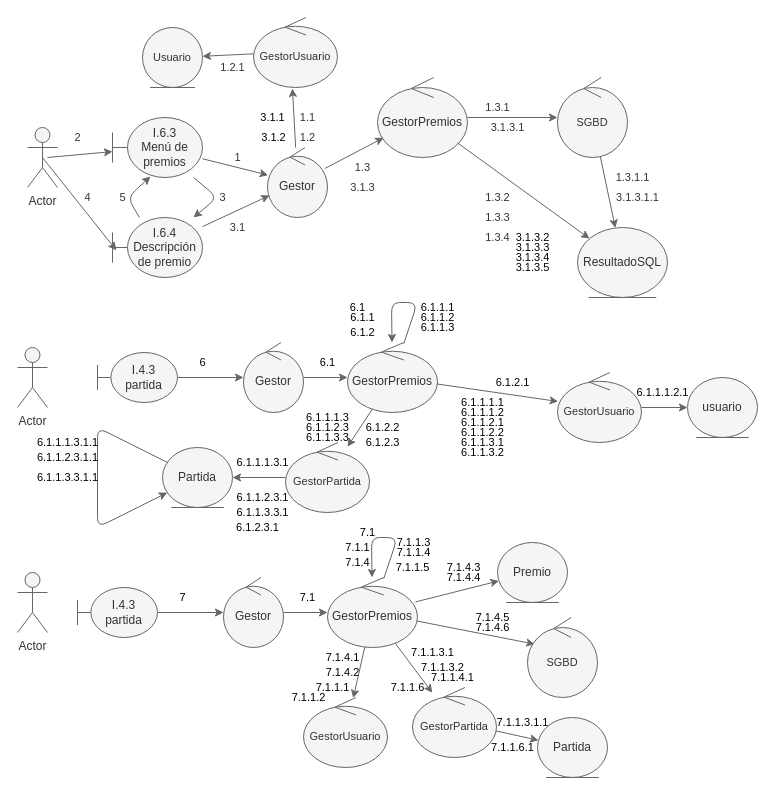
The draw.io diagram documentacion/funcionalidad 6/dcomunicacion.drawio in mikel-egana-aranguren/ADSI-22-23-Tetris, before the edit. Source tidied: cells renumbered, new cells numbered last; positions are measured from the earlier drawing's top-left corner, leaving out a move shared by most shapes. Both pictures are drawn from the tidied source at 100%, with x=0, y=0 at pixel (17, 17).
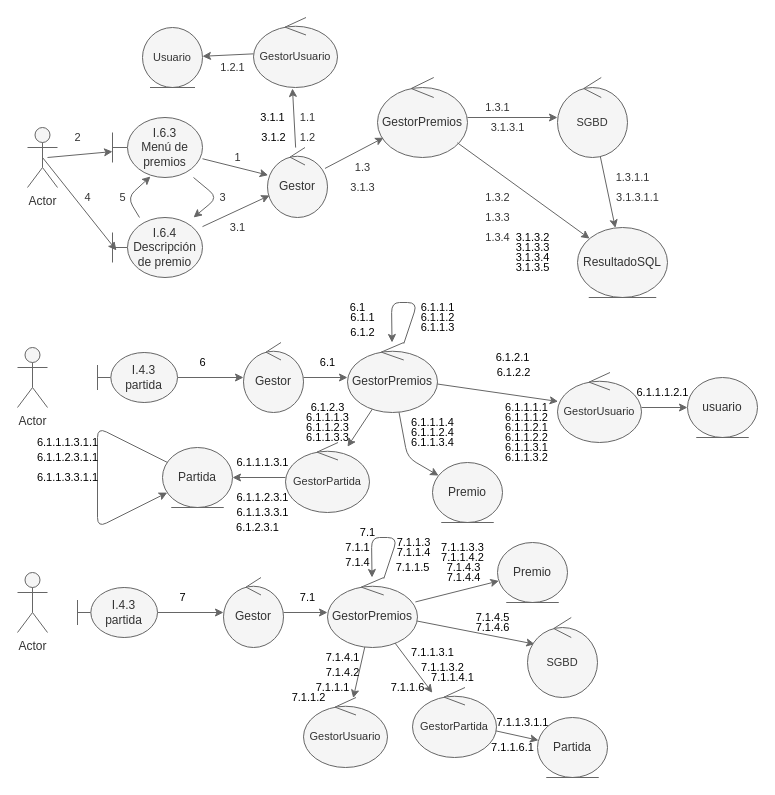
Above is the later version.

The change refers to these unchanged cells:
```xml
<mxCell id="61" value="GestorPremios" style="ellipse;shape=umlControl;whiteSpace=wrap;html=1;fillColor=#f5f5f5;fontColor=#333333;strokeColor=#666666;" parent="1" vertex="1">
  <mxGeometry x="330" y="325" width="90" height="70" as="geometry" />
</mxCell>
```

Change to the diagram source:
```diff
@@
+    <mxCell id="130" style="edgeStyle=none;shape=connector;rounded=1;html=1;labelBackgroundColor=default;fontFamily=Helvetica;fontSize=11;fontColor=#000000;endArrow=classic;strokeColor=#666666;fillColor=#f5f5f5;" parent="1" edge="1" source="61" target="131">
+      <mxGeometry relative="1" as="geometry">
+        <Array as="points">
+          <mxPoint x="390" y="440" />
+        </Array>
+      </mxGeometry>
+    </mxCell>
@@
     <mxCell id="92" value="6.1.1.1.1" style="text;html=1;align=center;verticalAlign=middle;strokeColor=none;fillColor=none;fontSize=11;fontFamily=Helvetica;fontColor=#000000;" parent="1" vertex="1">
-      <mxGeometry x="435" y="375" width="60" height="20" as="geometry" />
+      <mxGeometry x="479" y="380" width="60" height="20" as="geometry" />
     </mxCell>
     <mxCell id="93" value="6.1.1.1.2" style="text;html=1;align=center;verticalAlign=middle;strokeColor=none;fillColor=none;fontSize=11;fontFamily=Helvetica;fontColor=#000000;" parent="1" vertex="1">
-      <mxGeometry x="435" y="385" width="60" height="20" as="geometry" />
+      <mxGeometry x="479" y="390" width="60" height="20" as="geometry" />
     </mxCell>
     <mxCell id="94" value="6.1.1.2.1" style="text;html=1;align=center;verticalAlign=middle;strokeColor=none;fillColor=none;fontSize=11;fontFamily=Helvetica;fontColor=#000000;" parent="1" vertex="1">
-      <mxGeometry x="435" y="395" width="60" height="20" as="geometry" />
+      <mxGeometry x="479" y="400" width="60" height="20" as="geometry" />
     </mxCell>
     <mxCell id="95" value="6.1.1.2.2" style="text;html=1;align=center;verticalAlign=middle;strokeColor=none;fillColor=none;fontSize=11;fontFamily=Helvetica;fontColor=#000000;" parent="1" vertex="1">
-      <mxGeometry x="435" y="405" width="60" height="20" as="geometry" />
+      <mxGeometry x="479" y="410" width="60" height="20" as="geometry" />
     </mxCell>
     <mxCell id="96" value="6.1.1.3.1" style="text;html=1;align=center;verticalAlign=middle;strokeColor=none;fillColor=none;fontSize=11;fontFamily=Helvetica;fontColor=#000000;" parent="1" vertex="1">
-      <mxGeometry x="435" y="415" width="60" height="20" as="geometry" />
+      <mxGeometry x="479" y="420" width="60" height="20" as="geometry" />
     </mxCell>
     <mxCell id="97" value="6.1.1.3.2" style="text;html=1;align=center;verticalAlign=middle;strokeColor=none;fillColor=none;fontSize=11;fontFamily=Helvetica;fontColor=#000000;" parent="1" vertex="1">
-      <mxGeometry x="435" y="425" width="60" height="20" as="geometry" />
+      <mxGeometry x="479" y="430" width="60" height="20" as="geometry" />
     </mxCell>
@@
     <mxCell id="117" value="6.1.2.1" style="text;html=1;align=center;verticalAlign=middle;strokeColor=none;fillColor=none;fontSize=11;fontFamily=Helvetica;fontColor=#000000;" parent="1" vertex="1">
-      <mxGeometry x="470" y="355" width="50" height="20" as="geometry" />
+      <mxGeometry x="470" y="330" width="50" height="20" as="geometry" />
     </mxCell>
     <mxCell id="118" value="6.1.2.2" style="text;html=1;align=center;verticalAlign=middle;strokeColor=none;fillColor=none;fontSize=11;fontFamily=Helvetica;fontColor=#000000;" parent="1" vertex="1">
-      <mxGeometry x="340" y="400" width="50" height="20" as="geometry" />
+      <mxGeometry x="471" y="345" width="50" height="20" as="geometry" />
     </mxCell>
     <mxCell id="119" value="6.1.2.3" style="text;html=1;align=center;verticalAlign=middle;strokeColor=none;fillColor=none;fontSize=11;fontFamily=Helvetica;fontColor=#000000;" parent="1" vertex="1">
-      <mxGeometry x="340" y="415" width="50" height="20" as="geometry" />
+      <mxGeometry x="285" y="380" width="50" height="20" as="geometry" />
     </mxCell>
@@
+    <mxCell id="131" value="Premio" style="ellipse;shape=umlEntity;whiteSpace=wrap;html=1;fillColor=#f5f5f5;fontColor=#333333;strokeColor=#666666;" parent="1" vertex="1">
+      <mxGeometry x="415" y="445" width="70" height="60" as="geometry" />
+    </mxCell>
+    <mxCell id="132" value="6.1.1.1.4" style="text;html=1;align=center;verticalAlign=middle;strokeColor=none;fillColor=none;fontSize=11;fontFamily=Helvetica;fontColor=#000000;" parent="1" vertex="1">
+      <mxGeometry x="385" y="395" width="60" height="20" as="geometry" />
+    </mxCell>
+    <mxCell id="133" value="6.1.1.2.4" style="text;html=1;align=center;verticalAlign=middle;strokeColor=none;fillColor=none;fontSize=11;fontFamily=Helvetica;fontColor=#000000;" parent="1" vertex="1">
+      <mxGeometry x="385" y="405" width="60" height="20" as="geometry" />
+    </mxCell>
+    <mxCell id="134" value="6.1.1.3.4" style="text;html=1;align=center;verticalAlign=middle;strokeColor=none;fillColor=none;fontSize=11;fontFamily=Helvetica;fontColor=#000000;" parent="1" vertex="1">
+      <mxGeometry x="385" y="415" width="60" height="20" as="geometry" />
+    </mxCell>
+    <mxCell id="135" value="7.1.1.3.3" style="text;html=1;align=center;verticalAlign=middle;strokeColor=none;fillColor=none;fontSize=11;fontFamily=Helvetica;fontColor=#000000;" parent="1" vertex="1">
+      <mxGeometry x="415" y="520" width="60" height="20" as="geometry" />
+    </mxCell>
+    <mxCell id="136" value="7.1.1.4.2" style="text;html=1;align=center;verticalAlign=middle;strokeColor=none;fillColor=none;fontSize=11;fontFamily=Helvetica;fontColor=#000000;" parent="1" vertex="1">
+      <mxGeometry x="415" y="530" width="60" height="20" as="geometry" />
+    </mxCell>
```
